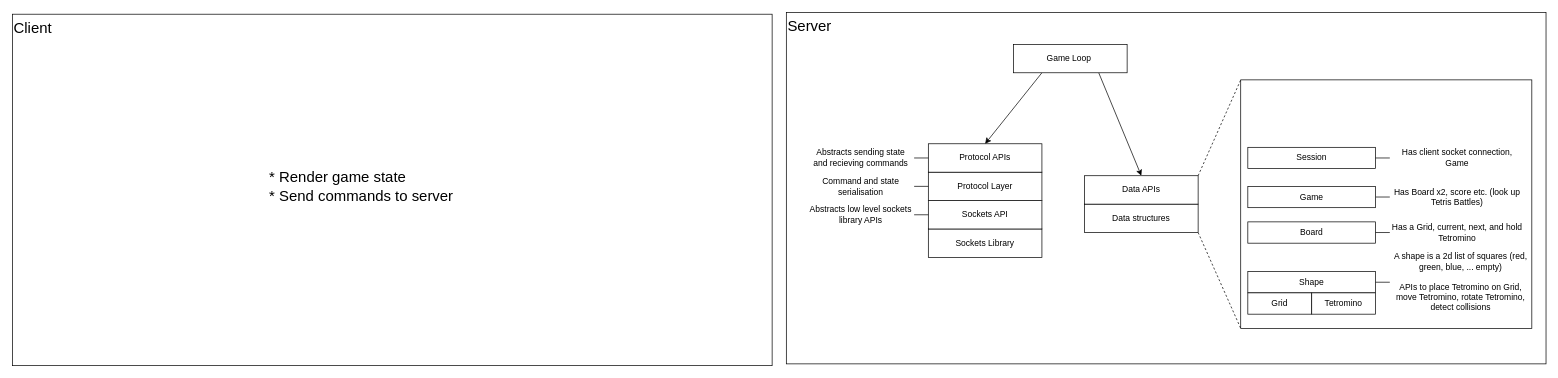
This is design/high-level-design.drawio from mjftw/Tetrex, a draw.io file, before an edit. Source tidied: cells renumbered, new cells numbered last; positions are measured from the earlier drawing's top-left corner, leaving out a move shared by most shapes. Both pictures are drawn from the tidied source at 71%, with x=0, y=0 at pixel (12, 12).
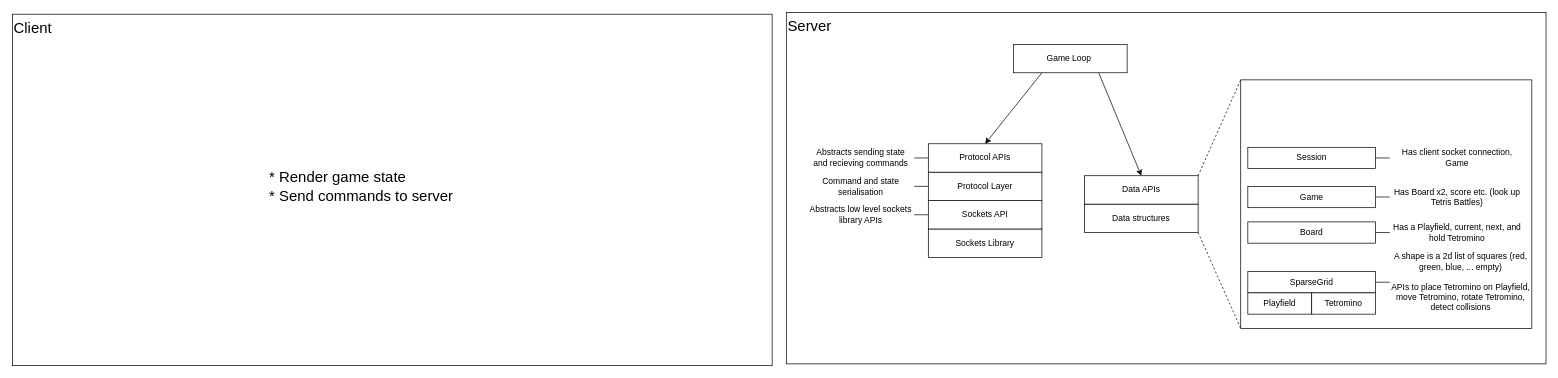
After the change.

Commit message (it also covers changes not shown here):
Rename Shape to more generic SparseGrid

The edit, as a diff of the source:
```diff
@@
-    <mxCell id="6" value="Shape" style="rounded=0;whiteSpace=wrap;html=1;" parent="1" vertex="1">
+    <mxCell id="6" value="SparseGrid" style="rounded=0;whiteSpace=wrap;html=1;" parent="1" vertex="1">
       <mxGeometry x="1740" y="365" width="180" height="30" as="geometry" />
     </mxCell>
-    <mxCell id="7" value="Grid" style="rounded=0;whiteSpace=wrap;html=1;" parent="1" vertex="1">
+    <mxCell id="7" value="Playfield" style="rounded=0;whiteSpace=wrap;html=1;" parent="1" vertex="1">
       <mxGeometry x="1740" y="395" width="90" height="30" as="geometry" />
     </mxCell>
@@
-    <mxCell id="26" value="Has a Grid, current, next, and hold Tetromino" style="text;html=1;strokeColor=none;fillColor=none;align=center;verticalAlign=middle;whiteSpace=wrap;rounded=0;" parent="1" vertex="1">
+    <mxCell id="26" value="Has a Playfield, current, next, and hold Tetromino" style="text;html=1;strokeColor=none;fillColor=none;align=center;verticalAlign=middle;whiteSpace=wrap;rounded=0;" parent="1" vertex="1">
       <mxGeometry x="1940" y="295" width="190" height="30" as="geometry" />
     </mxCell>
@@
-    <mxCell id="28" value="A shape is a 2d list of squares (red, green, blue, ... empty)&lt;br&gt;&lt;br&gt;APIs to place Tetromino on Grid, move Tetromino, rotate Tetromino, detect collisions" style="text;html=1;strokeColor=none;fillColor=none;align=center;verticalAlign=middle;whiteSpace=wrap;rounded=0;" parent="1" vertex="1">
+    <mxCell id="28" value="A shape is a 2d list of squares (red, green, blue, ... empty)&lt;br&gt;&lt;br&gt;APIs to place Tetromino on Playfield, move Tetromino, rotate Tetromino, detect collisions" style="text;html=1;strokeColor=none;fillColor=none;align=center;verticalAlign=middle;whiteSpace=wrap;rounded=0;" parent="1" vertex="1">
       <mxGeometry x="1940" y="330" width="200" height="100" as="geometry" />
     </mxCell>
```
